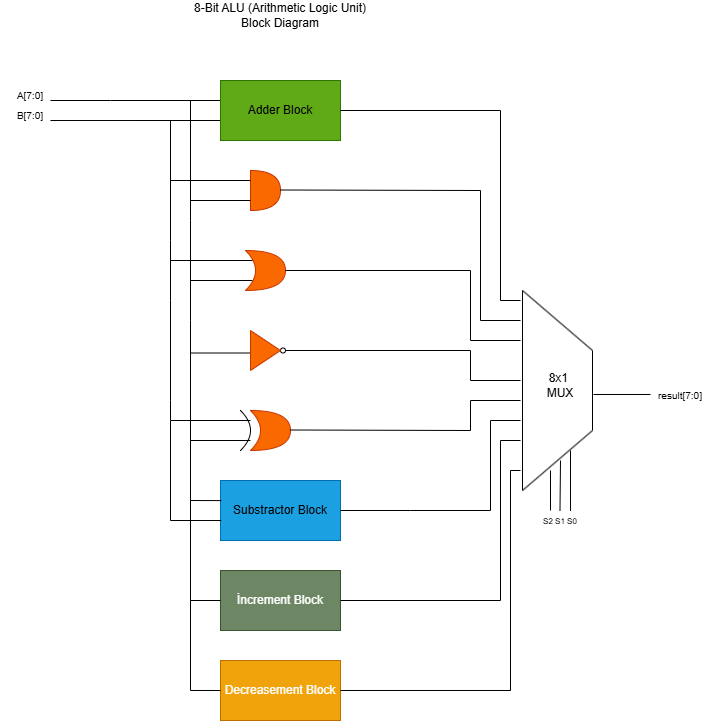
This is assets/8Bit_ALU_Block_Diagram.png from Ayberk-Aktan/8-Bit_ALU_with_Verilog, a draw.io export, as it was before one commit. Source tidied: cells renumbered, new cells last; positions are measured from the earlier drawing's top-left corner, leaving out a move shared by most shapes.
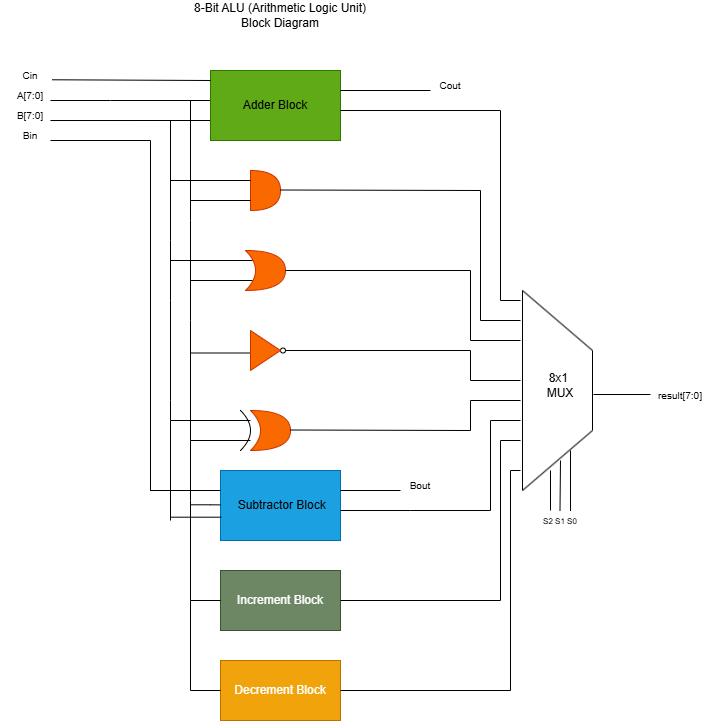
The same diagram one commit later.

Commit message:
Finally,Some issues in the block diagram have been resolved.

Change to the diagram source:
```diff
@@ -161,7 +161,7 @@
       </mxGeometry>
     </mxCell>
     <mxCell id="32" value="&lt;span style=&quot;color: light-dark(rgb(0, 0, 0), rgb(255, 255, 255));&quot;&gt;Adder Block&lt;/span&gt;" style="rounded=0;whiteSpace=wrap;html=1;fillColor=#60a917;fontColor=#ffffff;strokeColor=#2D7600;" parent="1" vertex="1">
-      <mxGeometry x="220" y="80" width="120" height="60" as="geometry" />
+      <mxGeometry x="210" y="70" width="130" height="70" as="geometry" />
     </mxCell>
     <mxCell id="33" style="endArrow=none;html=1;rounded=0;" parent="1" edge="1">
       <mxGeometry relative="1" as="geometry">
@@ -169,8 +169,8 @@
         <mxPoint x="500" y="110" as="targetPoint" />
       </mxGeometry>
     </mxCell>
-    <mxCell id="34" value="&lt;span style=&quot;color: light-dark(rgb(0, 0, 0), rgb(255, 255, 255));&quot;&gt;Substractor Block&lt;/span&gt;" style="rounded=0;whiteSpace=wrap;html=1;fillColor=#1ba1e2;fontColor=#ffffff;strokeColor=#006EAF;" parent="1" vertex="1">
-      <mxGeometry x="220" y="480" width="120" height="60" as="geometry" />
+    <mxCell id="34" value="&amp;nbsp;&lt;span style=&quot;color: light-dark(rgb(0, 0, 0), rgb(255, 255, 255));&quot;&gt;Subtractor&lt;/span&gt;&lt;span style=&quot;color: light-dark(rgb(0, 0, 0), rgb(255, 255, 255));&quot;&gt;&amp;nbsp;Block&lt;/span&gt;" style="rounded=0;whiteSpace=wrap;html=1;fillColor=#1ba1e2;fontColor=#ffffff;strokeColor=#006EAF;" parent="1" vertex="1">
+      <mxGeometry x="220" y="470" width="120" height="70" as="geometry" />
     </mxCell>
     <mxCell id="35" style="endArrow=none;html=1;rounded=0;" parent="1" edge="1">
       <mxGeometry relative="1" as="geometry">
@@ -184,9 +184,12 @@
         <mxPoint x="190" y="440" as="targetPoint" />
       </mxGeometry>
     </mxCell>
-    <mxCell id="37" style="endArrow=none;html=1;rounded=0;entryX=0.007;entryY=0.335;entryDx=0;entryDy=0;entryPerimeter=0;" parent="1" edge="1" target="34">
-      <mxGeometry relative="1" as="geometry">
-        <mxPoint x="190" y="500" as="sourcePoint" />
+    <mxCell id="37" style="endArrow=none;html=1;rounded=0;" parent="1" edge="1" target="34">
+      <mxGeometry x="0.16" relative="1" as="geometry">
+        <mxPoint x="190" y="504.3" as="sourcePoint" />
+        <Array as="points">
+          <mxPoint x="210" y="504.3" />
+        </Array>
       </mxGeometry>
     </mxCell>
     <mxCell id="38" style="endArrow=none;html=1;rounded=0;" parent="1" edge="1">
@@ -197,10 +200,10 @@
     </mxCell>
     <mxCell id="39" style="endArrow=none;html=1;rounded=0;entryX=0.006;entryY=0.667;entryDx=0;entryDy=0;entryPerimeter=0;" parent="1" edge="1" target="34">
       <mxGeometry relative="1" as="geometry">
-        <mxPoint x="170" y="520" as="sourcePoint" />
+        <mxPoint x="170" y="516.7" as="sourcePoint" />
       </mxGeometry>
     </mxCell>
-    <mxCell id="40" value="&lt;font style=&quot;color: light-dark(rgb(255, 255, 255), rgb(255, 255, 255));&quot;&gt;İncrement Block&lt;/font&gt;" style="rounded=0;whiteSpace=wrap;html=1;fillColor=#6d8764;fontColor=#ffffff;strokeColor=#3A5431;" parent="1" vertex="1">
+    <mxCell id="40" value="&lt;font style=&quot;color: light-dark(rgb(255, 255, 255), rgb(255, 255, 255));&quot;&gt; Increment Block&lt;/font&gt;" style="rounded=0;whiteSpace=wrap;html=1;fillColor=#6d8764;fontColor=#ffffff;strokeColor=#3A5431;" parent="1" vertex="1">
       <mxGeometry x="220" y="570" width="120" height="60" as="geometry" />
     </mxCell>
     <mxCell id="41" style="endArrow=none;html=1;rounded=0;" parent="1" edge="1">
@@ -220,7 +223,7 @@
         <mxPoint x="190" y="600" as="sourcePoint" />
       </mxGeometry>
     </mxCell>
-    <mxCell id="44" value="&lt;font style=&quot;color: light-dark(rgb(255, 255, 255), rgb(255, 255, 255));&quot;&gt;Decreasement Block&lt;/font&gt;" style="rounded=0;whiteSpace=wrap;html=1;fillColor=#f0a30a;strokeColor=#BD7000;fontColor=#000000;" parent="1" vertex="1">
+    <mxCell id="44" value="&lt;font style=&quot;color: light-dark(rgb(255, 255, 255), rgb(255, 255, 255));&quot;&gt; Decrement&amp;nbsp;Block&lt;/font&gt;" style="rounded=0;whiteSpace=wrap;html=1;fillColor=#f0a30a;strokeColor=#BD7000;fontColor=#000000;" parent="1" vertex="1">
       <mxGeometry x="220" y="660" width="120" height="60" as="geometry" />
     </mxCell>
     <mxCell id="45" style="endArrow=none;html=1;rounded=0;" parent="1" edge="1">
@@ -405,5 +408,52 @@
     <mxCell id="77" value="&lt;font style=&quot;font-size: 10px;&quot;&gt;result[7:0]&lt;/font&gt;" style="text;html=1;whiteSpace=wrap;strokeColor=none;fillColor=none;align=center;verticalAlign=middle;rounded=0;" parent="1" vertex="1">
       <mxGeometry x="650" y="380" width="60" height="30" as="geometry" />
     </mxCell>
+    <mxCell id="78" style="endArrow=none;html=1;rounded=0;exitX=0.862;exitY=-0.024;exitDx=0;exitDy=0;exitPerimeter=0;" parent="1" edge="1" source="3">
+      <mxGeometry relative="1" as="geometry">
+        <mxPoint x="210" y="80" as="targetPoint" />
+      </mxGeometry>
+    </mxCell>
+    <mxCell id="79" value="&lt;span style=&quot;font-size: 10px;&quot;&gt;Cin&lt;/span&gt;" style="text;html=1;whiteSpace=wrap;strokeColor=none;fillColor=none;align=center;verticalAlign=middle;rounded=0;" parent="1" vertex="1">
+      <mxGeometry y="60" width="60" height="30" as="geometry" />
+    </mxCell>
+    <mxCell id="80" style="endArrow=none;html=1;rounded=0;" parent="1" edge="1">
+      <mxGeometry relative="1" as="geometry">
+        <mxPoint x="340" y="90" as="sourcePoint" />
+        <mxPoint x="430" y="90" as="targetPoint" />
+      </mxGeometry>
+    </mxCell>
+    <mxCell id="81" value="&lt;span style=&quot;font-size: 10px;&quot;&gt;Cout&lt;/span&gt;" style="text;html=1;whiteSpace=wrap;strokeColor=none;fillColor=none;align=center;verticalAlign=middle;rounded=0;" parent="1" vertex="1">
+      <mxGeometry x="420" y="70" width="60" height="30" as="geometry" />
+    </mxCell>
+    <mxCell id="82" style="endArrow=none;html=1;rounded=0;" parent="1" edge="1">
+      <mxGeometry relative="1" as="geometry">
+        <mxPoint x="50" y="140" as="sourcePoint" />
+        <mxPoint x="150" y="140" as="targetPoint" />
+      </mxGeometry>
+    </mxCell>
+    <mxCell id="83" value="&lt;span style=&quot;font-size: 10px;&quot;&gt;Bin&lt;/span&gt;" style="text;html=1;whiteSpace=wrap;strokeColor=none;fillColor=none;align=center;verticalAlign=middle;rounded=0;" parent="1" vertex="1">
+      <mxGeometry y="120" width="60" height="30" as="geometry" />
+    </mxCell>
+    <mxCell id="84" style="endArrow=none;html=1;rounded=0;" parent="1" edge="1">
+      <mxGeometry relative="1" as="geometry">
+        <mxPoint x="150" y="490.4" as="sourcePoint" />
+        <mxPoint x="150" y="140" as="targetPoint" />
+      </mxGeometry>
+    </mxCell>
+    <mxCell id="85" style="endArrow=none;html=1;rounded=0;" parent="1" edge="1">
+      <mxGeometry relative="1" as="geometry">
+        <mxPoint x="150" y="490" as="sourcePoint" />
+        <mxPoint x="220" y="490" as="targetPoint" />
+      </mxGeometry>
+    </mxCell>
+    <mxCell id="86" style="endArrow=none;html=1;rounded=0;" parent="1" edge="1">
+      <mxGeometry relative="1" as="geometry">
+        <mxPoint x="340" y="490" as="sourcePoint" />
+        <mxPoint x="400" y="490" as="targetPoint" />
+      </mxGeometry>
+    </mxCell>
+    <mxCell id="87" value="&lt;span style=&quot;font-size: 10px;&quot;&gt;Bout&lt;/span&gt;" style="text;html=1;whiteSpace=wrap;strokeColor=none;fillColor=none;align=center;verticalAlign=middle;rounded=0;" parent="1" vertex="1">
+      <mxGeometry x="390" y="470" width="60" height="30" as="geometry" />
+    </mxCell>
   </root>
 </mxGraphModel>
```
